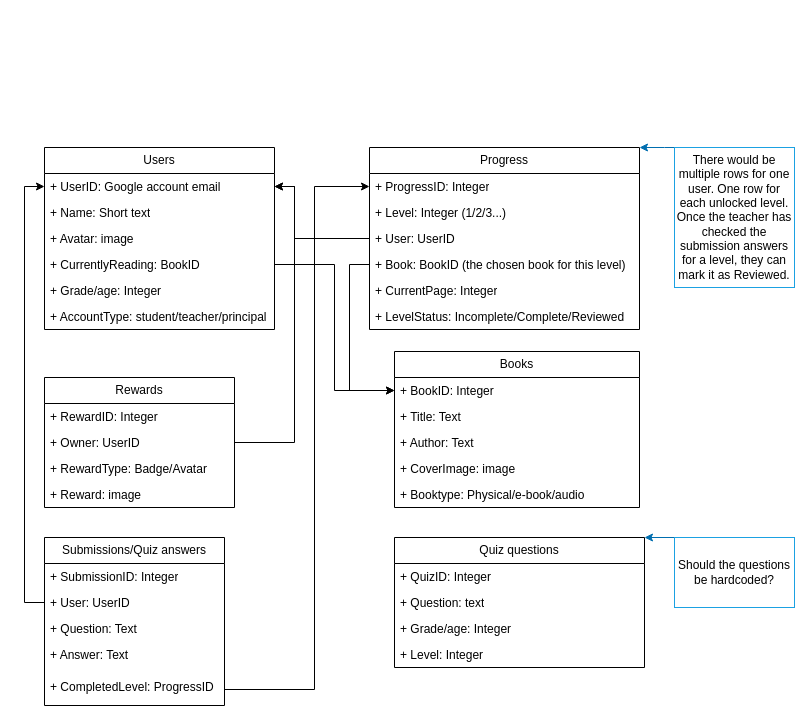
Before: Documentation/DB-structure.drawio in Osoito/ReadingDiplomaWebGame_Capstone1, a draw.io diagram. Source tidied: cells renumbered, new cells numbered last; positions are measured from the earlier drawing's top-left corner, leaving out a move shared by most shapes. Both pictures are drawn from the tidied source at 100%, with x=0, y=0 at pixel (44, 147).
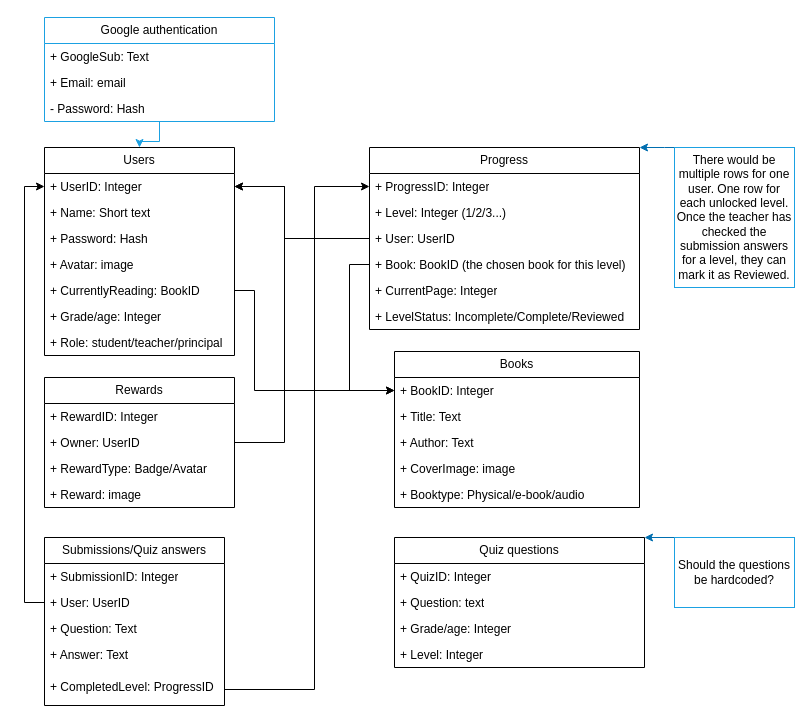
Above is the later version.

Unchanged cells that the change refers to:
```xml
<mxCell id="11" value="+ User: UserID" style="text;strokeColor=none;fillColor=none;align=left;verticalAlign=top;spacingLeft=4;spacingRight=4;overflow=hidden;points=[[0,0.5],[1,0.5]];portConstraint=eastwest;whiteSpace=wrap;html=1;" parent="9" vertex="1">
  <mxGeometry y="52" width="180" height="26" as="geometry" />
</mxCell>
<mxCell id="16" value="+ BookID: Integer" style="text;strokeColor=none;fillColor=none;align=left;verticalAlign=top;spacingLeft=4;spacingRight=4;overflow=hidden;points=[[0,0.5],[1,0.5]];portConstraint=eastwest;whiteSpace=wrap;html=1;" parent="15" vertex="1">
  <mxGeometry y="26" width="245" height="26" as="geometry" />
</mxCell>
<mxCell id="24" value="+ User: UserID" style="text;strokeColor=none;fillColor=none;align=left;verticalAlign=top;spacingLeft=4;spacingRight=4;overflow=hidden;points=[[0,0.5],[1,0.5]];portConstraint=eastwest;whiteSpace=wrap;html=1;" parent="21" vertex="1">
  <mxGeometry y="78" width="270" height="26" as="geometry" />
</mxCell>
<mxCell id="37" value="+ Owner: UserID" style="text;strokeColor=none;fillColor=none;align=left;verticalAlign=top;spacingLeft=4;spacingRight=4;overflow=hidden;points=[[0,0.5],[1,0.5]];portConstraint=eastwest;whiteSpace=wrap;html=1;" parent="35" vertex="1">
  <mxGeometry y="52" width="190" height="26" as="geometry" />
</mxCell>
```

Change to the diagram source:
```diff
@@
     <mxCell id="2" value="Users" style="swimlane;fontStyle=0;horizontal=1;startSize=26;fillColor=none;whiteSpace=wrap;html=1;" parent="1" vertex="1">
-      <mxGeometry width="230" height="182" as="geometry" />
+      <mxGeometry width="190" height="208" as="geometry" />
     </mxCell>
-    <mxCell id="3" value="+ UserID: Google account email" style="text;strokeColor=none;fillColor=none;align=left;verticalAlign=top;spacingLeft=4;spacingRight=4;overflow=hidden;points=[[0,0.5],[1,0.5]];portConstraint=eastwest;whiteSpace=wrap;html=1;" parent="2" vertex="1">
-      <mxGeometry y="26" width="230" height="26" as="geometry" />
-    </mxCell>
+    <mxCell id="48" value="+ UserID: Integer" style="text;strokeColor=none;fillColor=none;align=left;verticalAlign=top;spacingLeft=4;spacingRight=4;overflow=hidden;points=[[0,0.5],[1,0.5]];portConstraint=eastwest;whiteSpace=wrap;html=1;" parent="2" vertex="1">
+      <mxGeometry y="26" width="190" height="26" as="geometry" />
+    </mxCell>
     <mxCell id="4" value="+ Name: Short text" style="text;strokeColor=none;fillColor=none;align=left;verticalAlign=top;spacingLeft=4;spacingRight=4;overflow=hidden;whiteSpace=wrap;html=1;" parent="2" vertex="1">
-      <mxGeometry y="52" width="230" height="26" as="geometry" />
+      <mxGeometry y="52" width="190" height="26" as="geometry" />
     </mxCell>
+    <mxCell id="49" value="+ Password: Hash" style="text;strokeColor=none;fillColor=none;align=left;verticalAlign=top;spacingLeft=4;spacingRight=4;overflow=hidden;whiteSpace=wrap;html=1;" parent="2" vertex="1">
+      <mxGeometry y="78" width="190" height="26" as="geometry" />
+    </mxCell>
     <mxCell id="5" value="+ Avatar: image" style="text;strokeColor=none;fillColor=none;align=left;verticalAlign=top;spacingLeft=4;spacingRight=4;overflow=hidden;whiteSpace=wrap;html=1;" parent="2" vertex="1">
-      <mxGeometry y="78" width="230" height="26" as="geometry" />
+      <mxGeometry y="104" width="190" height="26" as="geometry" />
     </mxCell>
     <mxCell id="6" value="+ CurrentlyReading: BookID" style="text;strokeColor=none;fillColor=none;align=left;verticalAlign=top;spacingLeft=4;spacingRight=4;overflow=hidden;points=[[0,0.5],[1,0.5]];portConstraint=eastwest;whiteSpace=wrap;html=1;" parent="2" vertex="1">
-      <mxGeometry y="104" width="230" height="26" as="geometry" />
+      <mxGeometry y="130" width="190" height="26" as="geometry" />
     </mxCell>
     <mxCell id="7" value="+ Grade/age: Integer" style="text;strokeColor=none;fillColor=none;align=left;verticalAlign=top;spacingLeft=4;spacingRight=4;overflow=hidden;whiteSpace=wrap;html=1;" parent="2" vertex="1">
-      <mxGeometry y="130" width="230" height="26" as="geometry" />
+      <mxGeometry y="156" width="190" height="26" as="geometry" />
     </mxCell>
-    <mxCell id="8" value="+ AccountType: student/teacher/principal" style="text;strokeColor=none;fillColor=none;align=left;verticalAlign=top;spacingLeft=4;spacingRight=4;overflow=hidden;whiteSpace=wrap;html=1;" parent="2" vertex="1">
-      <mxGeometry y="156" width="230" height="26" as="geometry" />
-    </mxCell>
+    <mxCell id="50" value="+ Role: student/teacher/principal" style="text;strokeColor=none;fillColor=none;align=left;verticalAlign=top;spacingLeft=4;spacingRight=4;overflow=hidden;whiteSpace=wrap;html=1;" parent="2" vertex="1">
+      <mxGeometry y="182" width="190" height="26" as="geometry" />
+    </mxCell>
@@
-    <mxCell id="28" style="edgeStyle=orthogonalEdgeStyle;rounded=0;jettySize=auto;html=1;exitX=0;exitY=0.5;exitDx=0;exitDy=0;entryX=0;entryY=0.5;entryDx=0;entryDy=0;" parent="1" edge="1" source="11" target="3">
-      <mxGeometry relative="1" as="geometry" />
-    </mxCell>
-    <mxCell id="29" style="edgeStyle=orthogonalEdgeStyle;rounded=0;jettySize=auto;html=1;exitX=0;exitY=0.5;exitDx=0;exitDy=0;entryX=1;entryY=0.5;entryDx=0;entryDy=0;" parent="1" edge="1" source="24" target="3">
-      <mxGeometry relative="1" as="geometry">
-        <Array as="points">
-          <mxPoint x="250" y="91" />
-          <mxPoint x="250" y="39" />
-        </Array>
-      </mxGeometry>
-    </mxCell>
+    <mxCell id="51" style="edgeStyle=orthogonalEdgeStyle;rounded=0;jettySize=auto;html=1;exitX=0;exitY=0.5;exitDx=0;exitDy=0;entryX=0;entryY=0.5;entryDx=0;entryDy=0;" parent="1" edge="1" source="11" target="48">
+      <mxGeometry relative="1" as="geometry" />
+    </mxCell>
+    <mxCell id="52" style="edgeStyle=orthogonalEdgeStyle;rounded=0;jettySize=auto;html=1;exitX=0;exitY=0.5;exitDx=0;exitDy=0;entryX=1;entryY=0.5;entryDx=0;entryDy=0;" parent="1" edge="1" source="24" target="48">
+      <mxGeometry relative="1" as="geometry">
+        <Array as="points">
+          <mxPoint x="240" y="91" />
+          <mxPoint x="240" y="39" />
+        </Array>
+      </mxGeometry>
+    </mxCell>
     <mxCell id="30" style="edgeStyle=orthogonalEdgeStyle;rounded=0;jettySize=auto;html=1;exitX=1;exitY=0.5;exitDx=0;exitDy=0;entryX=0;entryY=0.5;entryDx=0;entryDy=0;" parent="1" edge="1" source="6" target="16">
-      <mxGeometry relative="1" as="geometry" />
+      <mxGeometry relative="1" as="geometry">
+        <Array as="points">
+          <mxPoint x="210" y="143" />
+          <mxPoint x="210" y="243" />
+        </Array>
+      </mxGeometry>
     </mxCell>
@@
-    <mxCell id="40" style="edgeStyle=orthogonalEdgeStyle;rounded=0;jettySize=auto;html=1;exitX=1;exitY=0.5;exitDx=0;exitDy=0;entryX=1;entryY=0.5;entryDx=0;entryDy=0;" parent="1" edge="1" source="37" target="3">
-      <mxGeometry relative="1" as="geometry">
-        <Array as="points">
-          <mxPoint x="250" y="295" />
-          <mxPoint x="250" y="39" />
-        </Array>
-      </mxGeometry>
-    </mxCell>
+    <mxCell id="53" style="edgeStyle=orthogonalEdgeStyle;rounded=0;jettySize=auto;html=1;exitX=1;exitY=0.5;exitDx=0;exitDy=0;entryX=1;entryY=0.5;entryDx=0;entryDy=0;" parent="1" edge="1" source="37" target="48">
+      <mxGeometry relative="1" as="geometry">
+        <Array as="points">
+          <mxPoint x="240" y="295" />
+          <mxPoint x="240" y="39" />
+        </Array>
+      </mxGeometry>
+    </mxCell>
@@
+    <mxCell id="54" style="edgeStyle=orthogonalEdgeStyle;rounded=0;jettySize=auto;html=1;exitX=0.5;exitY=1;exitDx=0;exitDy=0;strokeColor=#1BA1E2;" parent="1" edge="1" source="55" target="2">
+      <mxGeometry relative="1" as="geometry" />
+    </mxCell>
+    <mxCell id="55" value="Google authentication" style="swimlane;fontStyle=0;horizontal=1;startSize=26;fillColor=none;whiteSpace=wrap;html=1;strokeColor=#1BA1E2;" parent="1" vertex="1">
+      <mxGeometry y="-130" width="230" height="104" as="geometry" />
+    </mxCell>
+    <mxCell id="56" value="+ GoogleSub: Text" style="text;strokeColor=none;fillColor=none;align=left;verticalAlign=top;spacingLeft=4;spacingRight=4;overflow=hidden;whiteSpace=wrap;html=1;" parent="55" vertex="1">
+      <mxGeometry y="26" width="230" height="26" as="geometry" />
+    </mxCell>
+    <mxCell id="57" value="+ Email: email" style="text;strokeColor=none;fillColor=none;align=left;verticalAlign=top;spacingLeft=4;spacingRight=4;overflow=hidden;whiteSpace=wrap;html=1;" parent="55" vertex="1">
+      <mxGeometry y="52" width="230" height="26" as="geometry" />
+    </mxCell>
+    <mxCell id="58" value="&lt;font style=&quot;color: light-dark(rgb(0, 0, 0), rgb(184, 10, 10));&quot;&gt;- Password: Hash&lt;/font&gt;" style="text;strokeColor=none;fillColor=none;align=left;verticalAlign=top;spacingLeft=4;spacingRight=4;overflow=hidden;whiteSpace=wrap;html=1;" parent="55" vertex="1">
+      <mxGeometry y="78" width="230" height="26" as="geometry" />
+    </mxCell>
```
